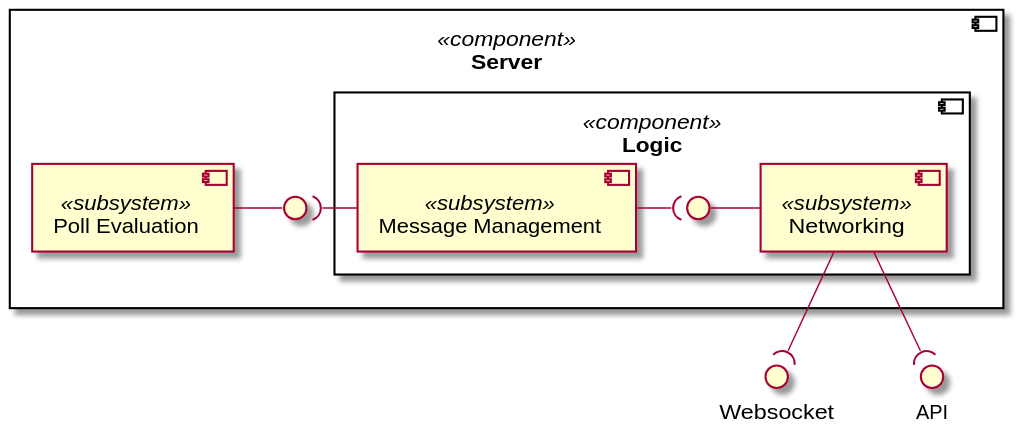
This is Docs/Technical Specifications/docs/diagrams/ComponentDiagrams/ServerComponentDiagram.svg from Brotenko/QualityQuest, a PlantUML export, as it was before one commit.
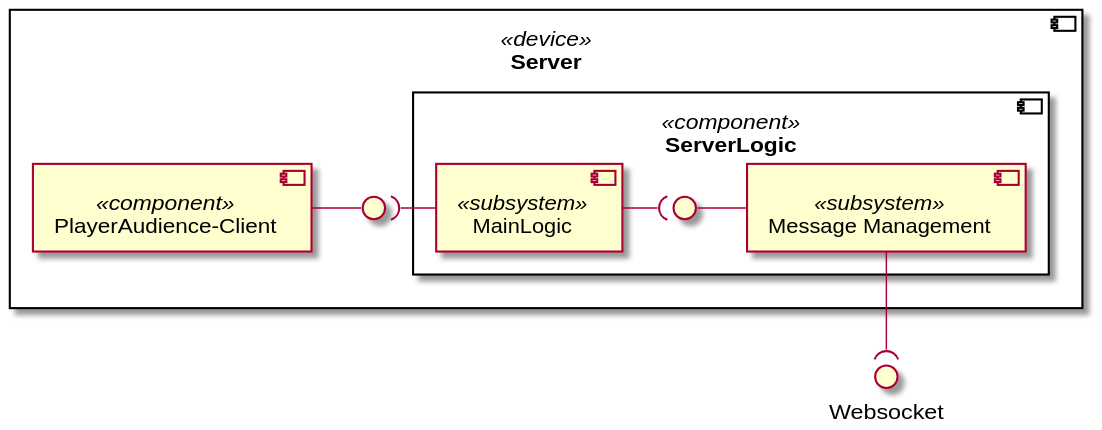
After the commit.

Commit message:
updated component-diagrams to the new architecture

The edit, as a diff of the source:
```diff
@@ -1,23 +1,21 @@
 @startuml
 () "Websocket" as http
-() "API" as api
 
 
-component "Server" <<component>> as server{
-    component "Logic" <<component>> as logic{
-        [Networking] <<subsystem>> as network
-        [Message Management] <<subsystem>> as message
+component "Server" <<device>> as server{
+    component "ServerLogic" <<component>> as logic{
+        [Message Management] <<subsystem>> as messMan
+        [MainLogic] <<subsystem>> as main
         () " " as empty1
     }
-    [Poll Evaluation] <<subsystem>> as pe
+    [PlayerAudience-Client] <<component>> as pe
      () " " as empty2
 }
 
 
-http )-up- network
+http )-up- messMan
 empty2 -left- pe
-network -left- empty1
-api )-up- network
-message -( empty1
-message -( empty2
+messMan -left- empty1
+main -( empty1
+main -( empty2
 @enduml
```
